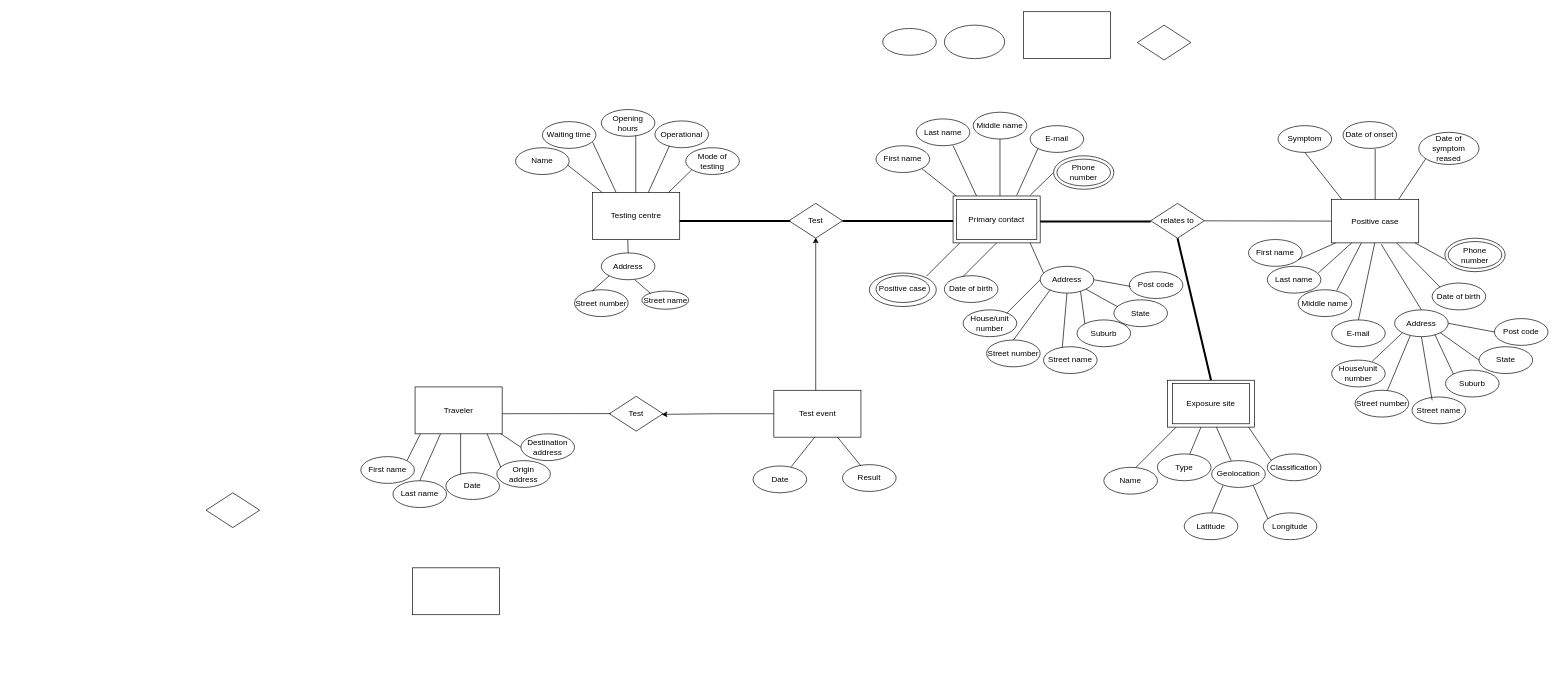
pingtingw/info20003 keeps this draw.io diagram as Untitled Diagram.drawio. Above is the earlier version. Source tidied: cells renumbered, new cells numbered last; positions are measured from the earlier drawing's top-left corner, leaving out a move shared by most shapes. Both pictures are drawn from the tidied source at 67%, with x=0, y=0 at pixel (206, 11).
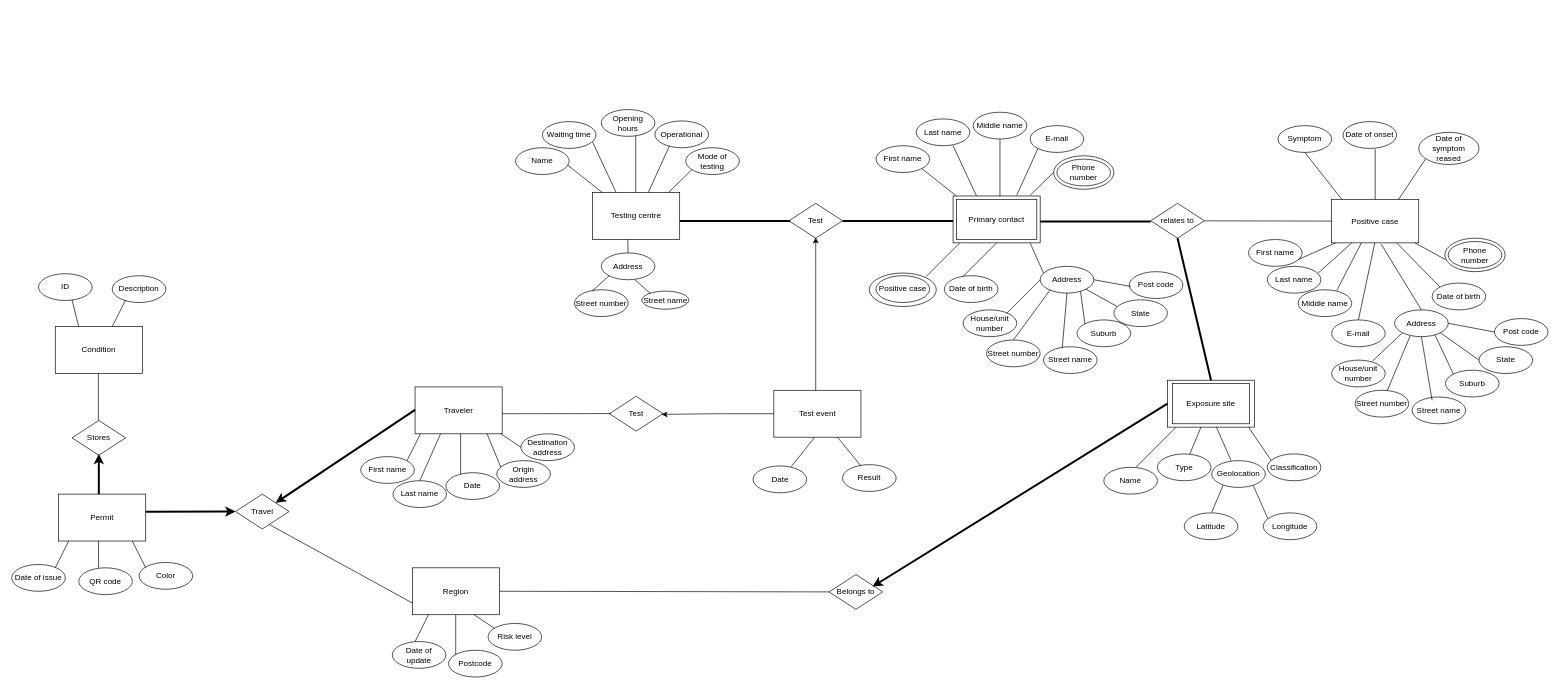
After the change.

The change refers to these unchanged cells:
```xml
<mxCell id="77" value="Exposure site" style="rounded=0;whiteSpace=wrap;html=1;fillColor=none;" parent="1" vertex="1">
  <mxGeometry x="1435" y="550" width="130" height="70" as="geometry" />
</mxCell>
```

The edit, as a diff of the source:
```diff
@@
-    <mxCell id="24" style="ellipse;whiteSpace=wrap;html=1;fillColor=none;gradientColor=none;" parent="1" vertex="1">
-      <mxGeometry x="1010" y="25" width="80" height="40" as="geometry" />
-    </mxCell>
@@
-    <mxCell id="36" style="ellipse;whiteSpace=wrap;html=1;fillColor=none;gradientColor=none;" parent="1" vertex="1">
-      <mxGeometry x="1102" y="20" width="90" height="50" as="geometry" />
-    </mxCell>
-    <mxCell id="37" style="rounded=0;whiteSpace=wrap;html=1;fillColor=none;" parent="1" vertex="1">
-      <mxGeometry x="1220" width="130" height="70" as="geometry" />
-    </mxCell>
@@
-    <mxCell id="75" style="rhombus;whiteSpace=wrap;html=1;fillColor=none;gradientColor=none;" parent="1" vertex="1">
-      <mxGeometry x="1390" y="20" width="80" height="52" as="geometry" />
-    </mxCell>
@@
-    <mxCell id="131" style="rhombus;whiteSpace=wrap;html=1;fillColor=none;gradientColor=none;" parent="1" vertex="1">
-      <mxGeometry y="718" width="80" height="52" as="geometry" />
+    <mxCell id="131" value="Travel" style="rhombus;whiteSpace=wrap;html=1;fillColor=none;gradientColor=none;" parent="1" vertex="1">
+      <mxGeometry x="44" y="720" width="80" height="52" as="geometry" />
     </mxCell>
-    <mxCell id="132" style="rounded=0;whiteSpace=wrap;html=1;fillColor=none;" parent="1" vertex="1">
+    <mxCell id="132" value="Region" style="rounded=0;whiteSpace=wrap;html=1;fillColor=none;" parent="1" vertex="1">
       <mxGeometry x="308" y="830" width="130" height="70" as="geometry" />
     </mxCell>
+    <mxCell id="133" value="Permit" style="rounded=0;whiteSpace=wrap;html=1;fillColor=none;" parent="1" vertex="1">
+      <mxGeometry x="-220" y="720" width="130" height="70" as="geometry" />
+    </mxCell>
+    <mxCell id="134" style="endArrow=classic;html=1;strokeWidth=3;exitX=0;exitY=0.5;exitDx=0;exitDy=0;entryX=1;entryY=0;entryDx=0;entryDy=0;" parent="1" edge="1" target="131">
+      <mxGeometry relative="1" as="geometry">
+        <mxPoint x="312" y="594.3" as="sourcePoint" />
+      </mxGeometry>
+    </mxCell>
+    <mxCell id="135" style="endArrow=none;html=1;entryX=0;entryY=0.75;entryDx=0;entryDy=0;exitX=0.629;exitY=0.872;exitDx=0;exitDy=0;exitPerimeter=0;" parent="1" edge="1" source="131" target="132">
+      <mxGeometry relative="1" as="geometry" />
+    </mxCell>
+    <mxCell id="136" style="endArrow=classic;html=1;strokeWidth=3;entryX=0;entryY=0.5;entryDx=0;entryDy=0;exitX=0.999;exitY=0.376;exitDx=0;exitDy=0;exitPerimeter=0;" parent="1" edge="1" source="133">
+      <mxGeometry relative="1" as="geometry">
+        <mxPoint x="44" y="746" as="targetPoint" />
+      </mxGeometry>
+    </mxCell>
+    <mxCell id="137" style="endArrow=none;html=1;entryX=0.5;entryY=1;entryDx=0;entryDy=0;" parent="1" edge="1">
+      <mxGeometry relative="1" as="geometry">
+        <mxPoint x="312" y="940" as="sourcePoint" />
+        <mxPoint x="332" y="900" as="targetPoint" />
+        <Array as="points">
+          <mxPoint x="332" y="900" />
+        </Array>
+      </mxGeometry>
+    </mxCell>
+    <mxCell id="138" style="endArrow=none;html=1;entryX=0.5;entryY=1;entryDx=0;entryDy=0;" parent="1" edge="1">
+      <mxGeometry relative="1" as="geometry">
+        <mxPoint x="372.7" y="960" as="sourcePoint" />
+        <mxPoint x="372.7" y="900" as="targetPoint" />
+        <Array as="points">
+          <mxPoint x="372.7" y="960" />
+          <mxPoint x="372.7" y="950" />
+        </Array>
+      </mxGeometry>
+    </mxCell>
+    <mxCell id="139" style="endArrow=none;html=1;entryX=0.5;entryY=1;entryDx=0;entryDy=0;" parent="1" edge="1">
+      <mxGeometry relative="1" as="geometry">
+        <mxPoint x="430" y="920" as="sourcePoint" />
+        <mxPoint x="400" y="900" as="targetPoint" />
+      </mxGeometry>
+    </mxCell>
+    <mxCell id="140" value="Date of update" style="ellipse;whiteSpace=wrap;html=1;fillColor=none;gradientColor=none;" parent="1" vertex="1">
+      <mxGeometry x="278" y="940" width="80" height="40" as="geometry" />
+    </mxCell>
+    <mxCell id="141" value="Postcode" style="ellipse;whiteSpace=wrap;html=1;fillColor=none;gradientColor=none;" parent="1" vertex="1">
+      <mxGeometry x="362" y="953" width="80" height="40" as="geometry" />
+    </mxCell>
+    <mxCell id="142" value="Risk level" style="ellipse;whiteSpace=wrap;html=1;fillColor=none;gradientColor=none;" parent="1" vertex="1">
+      <mxGeometry x="421" y="913" width="80" height="40" as="geometry" />
+    </mxCell>
+    <mxCell id="143" style="endArrow=classic;html=1;strokeWidth=3;" parent="1" edge="1">
+      <mxGeometry relative="1" as="geometry">
+        <mxPoint x="-160" y="720" as="sourcePoint" />
+        <mxPoint x="-160" y="660" as="targetPoint" />
+      </mxGeometry>
+    </mxCell>
+    <mxCell id="144" value="Stores" style="rhombus;whiteSpace=wrap;html=1;fillColor=none;gradientColor=none;" parent="1" vertex="1">
+      <mxGeometry x="-200" y="610" width="80" height="52" as="geometry" />
+    </mxCell>
+    <mxCell id="145" value="Condition" style="rounded=0;whiteSpace=wrap;html=1;fillColor=none;" parent="1" vertex="1">
+      <mxGeometry x="-225" y="470" width="130" height="70" as="geometry" />
+    </mxCell>
+    <mxCell id="146" style="endArrow=none;html=1;strokeWidth=1;" parent="1" edge="1">
+      <mxGeometry relative="1" as="geometry">
+        <mxPoint x="-140" y="470" as="sourcePoint" />
+        <mxPoint x="-120" y="430" as="targetPoint" />
+      </mxGeometry>
+    </mxCell>
+    <mxCell id="147" style="endArrow=none;html=1;strokeWidth=1;" parent="1" edge="1">
+      <mxGeometry relative="1" as="geometry">
+        <mxPoint x="-190" y="470" as="sourcePoint" />
+        <mxPoint x="-200" y="430" as="targetPoint" />
+      </mxGeometry>
+    </mxCell>
+    <mxCell id="148" value="ID" style="ellipse;whiteSpace=wrap;html=1;fillColor=none;gradientColor=none;" parent="1" vertex="1">
+      <mxGeometry x="-250" y="391" width="80" height="40" as="geometry" />
+    </mxCell>
+    <mxCell id="149" value="Description" style="ellipse;whiteSpace=wrap;html=1;fillColor=none;gradientColor=none;" parent="1" vertex="1">
+      <mxGeometry x="-140" y="394" width="80" height="40" as="geometry" />
+    </mxCell>
+    <mxCell id="150" style="endArrow=none;html=1;strokeWidth=1;" parent="1" edge="1">
+      <mxGeometry relative="1" as="geometry">
+        <mxPoint x="-160.7" y="610" as="sourcePoint" />
+        <mxPoint x="-160.7" y="540" as="targetPoint" />
+      </mxGeometry>
+    </mxCell>
+    <mxCell id="151" style="endArrow=none;html=1;entryX=0.5;entryY=1;entryDx=0;entryDy=0;" parent="1" edge="1">
+      <mxGeometry relative="1" as="geometry">
+        <mxPoint x="-225" y="830" as="sourcePoint" />
+        <mxPoint x="-205" y="790" as="targetPoint" />
+      </mxGeometry>
+    </mxCell>
+    <mxCell id="152" style="endArrow=none;html=1;entryX=0.5;entryY=1;entryDx=0;entryDy=0;" parent="1" edge="1">
+      <mxGeometry relative="1" as="geometry">
+        <mxPoint x="-90" y="830" as="sourcePoint" />
+        <mxPoint x="-110" y="790" as="targetPoint" />
+      </mxGeometry>
+    </mxCell>
+    <mxCell id="153" style="endArrow=none;html=1;entryX=0.5;entryY=1;entryDx=0;entryDy=0;" parent="1" edge="1">
+      <mxGeometry relative="1" as="geometry">
+        <mxPoint x="-160.4" y="830" as="sourcePoint" />
+        <mxPoint x="-160.4" y="790" as="targetPoint" />
+      </mxGeometry>
+    </mxCell>
+    <mxCell id="154" value="Date of issue" style="ellipse;whiteSpace=wrap;html=1;fillColor=none;gradientColor=none;" parent="1" vertex="1">
+      <mxGeometry x="-290" y="825" width="80" height="40" as="geometry" />
+    </mxCell>
+    <mxCell id="155" value="QR code" style="ellipse;whiteSpace=wrap;html=1;fillColor=none;gradientColor=none;" parent="1" vertex="1">
+      <mxGeometry x="-190" y="830" width="80" height="40" as="geometry" />
+    </mxCell>
+    <mxCell id="156" value="Color" style="ellipse;whiteSpace=wrap;html=1;fillColor=none;gradientColor=none;" parent="1" vertex="1">
+      <mxGeometry x="-100" y="822" width="80" height="40" as="geometry" />
+    </mxCell>
+    <mxCell id="157" value="Belongs to" style="rhombus;whiteSpace=wrap;html=1;fillColor=none;gradientColor=none;" parent="1" vertex="1">
+      <mxGeometry x="930" y="840" width="80" height="52" as="geometry" />
+    </mxCell>
+    <mxCell id="158" style="endArrow=classic;html=1;strokeWidth=3;exitX=0;exitY=0.5;exitDx=0;exitDy=0;" parent="1" edge="1" source="77">
+      <mxGeometry relative="1" as="geometry">
+        <mxPoint x="995" y="858" as="targetPoint" />
+      </mxGeometry>
+    </mxCell>
+    <mxCell id="159" style="endArrow=none;html=1;exitX=1;exitY=0.5;exitDx=0;exitDy=0;" parent="1" edge="1" source="132" target="157">
+      <mxGeometry relative="1" as="geometry" />
+    </mxCell>
```
